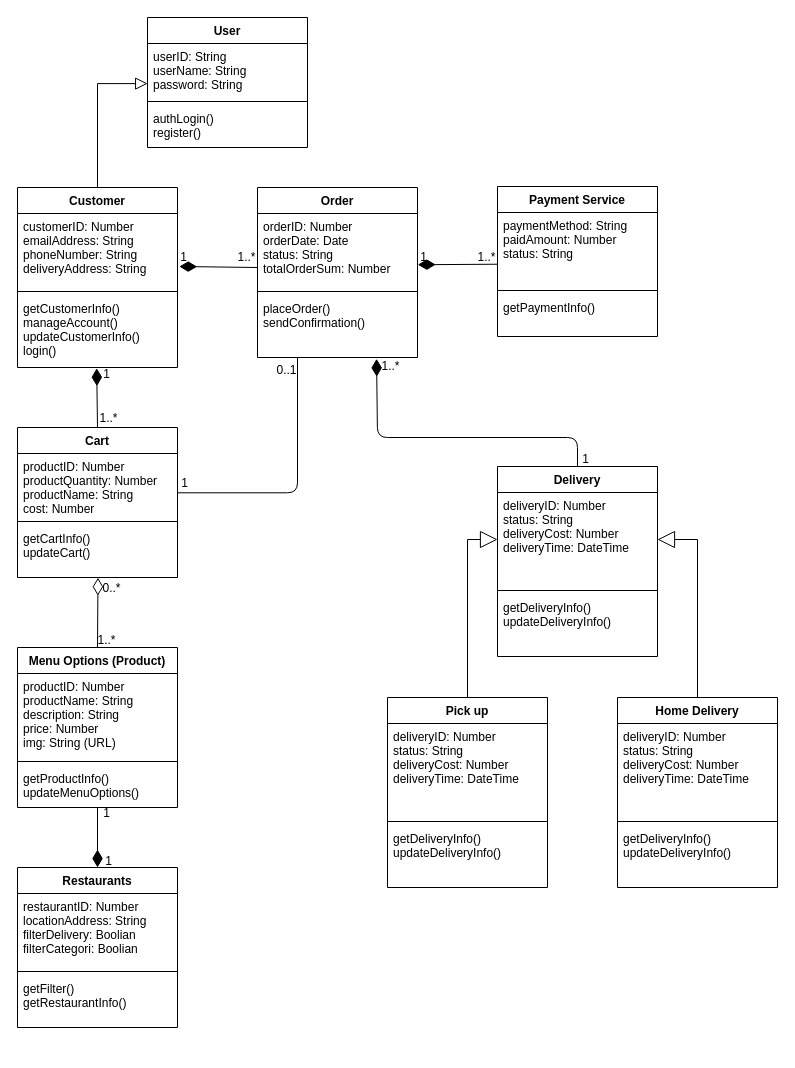
timhallberg/projectworkModellering keeps this draw.io diagram as page "Class diagram" (3 of 5) of Project work Modellering.drawio. Above is the earlier version. Source tidied: cells renumbered, new cells numbered last; positions are measured from the earlier drawing's top-left corner, leaving out a move shared by most shapes. Both pictures are drawn from the tidied source at 100%, with x=0, y=0 at pixel (17, 17).
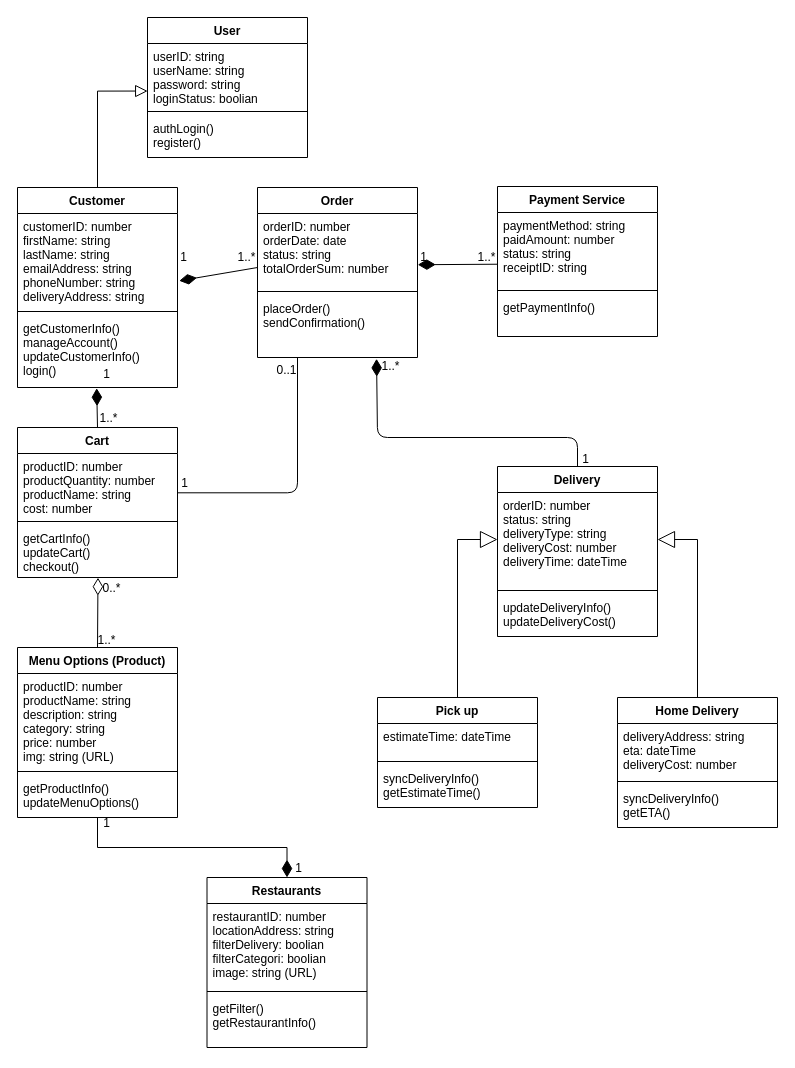
Above is the later version.

The change refers to these unchanged cells:
```xml
<mxCell id="7" value="Payment Service" style="swimlane;fontStyle=1;align=center;verticalAlign=top;horizontal=1;startSize=26;" parent="1" vertex="1">
  <mxGeometry x="480" y="169" width="160" height="150" as="geometry" />
</mxCell>
<mxCell id="16" value="Order" style="swimlane;fontStyle=1;align=center;verticalAlign=top;horizontal=1;startSize=26;" parent="1" vertex="1">
  <mxGeometry x="240" y="170" width="160" height="170" as="geometry" />
</mxCell>
<mxCell id="28" value="Cart" style="swimlane;fontStyle=1;align=center;verticalAlign=top;horizontal=1;startSize=26;" parent="1" vertex="1">
  <mxGeometry y="410" width="160" height="150" as="geometry" />
</mxCell>
```

The edit, as a diff of the source:
```diff
@@
     <mxCell id="3" value="Customer" style="swimlane;fontStyle=1;align=center;verticalAlign=top;horizontal=1;startSize=26;" parent="1" vertex="1">
-      <mxGeometry y="170" width="160" height="180" as="geometry" />
+      <mxGeometry y="170" width="160" height="200" as="geometry" />
     </mxCell>
-    <mxCell id="4" value="customerID: Number&#10;emailAddress: String&#10;phoneNumber: String&#10;deliveryAddress: String&#10;&#10;&#10;&#10;&#10;" style="text;strokeColor=none;fillColor=none;align=left;verticalAlign=top;spacingLeft=4;spacingRight=4;overflow=hidden;points=[[0,0.5],[1,0.5]];portConstraint=eastwest;" parent="3" vertex="1">
-      <mxGeometry y="26" width="160" height="74" as="geometry" />
+    <mxCell id="4" value="customerID: number&#10;firstName: string&#10;lastName: string&#10;emailAddress: string&#10;phoneNumber: string&#10;deliveryAddress: string&#10;&#10;&#10;&#10;&#10;" style="text;strokeColor=none;fillColor=none;align=left;verticalAlign=top;spacingLeft=4;spacingRight=4;overflow=hidden;points=[[0,0.5],[1,0.5]];portConstraint=eastwest;" parent="3" vertex="1">
+      <mxGeometry y="26" width="160" height="94" as="geometry" />
     </mxCell>
     <mxCell id="5" style="line;strokeWidth=1;fillColor=none;align=left;verticalAlign=middle;spacingTop=-1;spacingLeft=3;spacingRight=3;labelPosition=right;strokeColor=inherit;" parent="3" vertex="1">
-      <mxGeometry y="100" width="160" height="8" as="geometry" />
+      <mxGeometry y="120" width="160" height="8" as="geometry" />
     </mxCell>
     <mxCell id="6" value="getCustomerInfo()&#10;manageAccount()&#10;updateCustomerInfo()&#10;login()" style="text;strokeColor=none;fillColor=none;align=left;verticalAlign=top;spacingLeft=4;spacingRight=4;overflow=hidden;points=[[0,0.5],[1,0.5]];portConstraint=eastwest;" parent="3" vertex="1">
-      <mxGeometry y="108" width="160" height="72" as="geometry" />
+      <mxGeometry y="128" width="160" height="72" as="geometry" />
     </mxCell>
@@
-    <mxCell id="8" value="paymentMethod: String&#10;paidAmount: Number&#10;status: String&#10;" style="text;strokeColor=none;fillColor=none;align=left;verticalAlign=top;spacingLeft=4;spacingRight=4;overflow=hidden;points=[[0,0.5],[1,0.5]];portConstraint=eastwest;" parent="7" vertex="1">
+    <mxCell id="8" value="paymentMethod: string&#10;paidAmount: number&#10;status: string&#10;receiptID: string &#10;" style="text;strokeColor=none;fillColor=none;align=left;verticalAlign=top;spacingLeft=4;spacingRight=4;overflow=hidden;points=[[0,0.5],[1,0.5]];portConstraint=eastwest;" parent="7" vertex="1">
       <mxGeometry y="26" width="160" height="74" as="geometry" />
     </mxCell>
@@
     <mxCell id="11" value="Menu Options (Product)" style="swimlane;fontStyle=1;align=center;verticalAlign=top;horizontal=1;startSize=26;" parent="1" vertex="1">
-      <mxGeometry y="630" width="160" height="160" as="geometry" />
+      <mxGeometry y="630" width="160" height="170" as="geometry" />
     </mxCell>
-    <mxCell id="12" value="productID: Number&#10;productName: String&#10;description: String&#10;price: Number&#10;img: String (URL)&#10;" style="text;strokeColor=none;fillColor=none;align=left;verticalAlign=top;spacingLeft=4;spacingRight=4;overflow=hidden;" parent="11" vertex="1">
-      <mxGeometry y="26" width="160" height="84" as="geometry" />
+    <mxCell id="12" value="productID: number&#10;productName: string&#10;description: string&#10;category: string&#10;price: number&#10;img: string (URL)&#10;" style="text;strokeColor=none;fillColor=none;align=left;verticalAlign=top;spacingLeft=4;spacingRight=4;overflow=hidden;" parent="11" vertex="1">
+      <mxGeometry y="26" width="160" height="94" as="geometry" />
     </mxCell>
     <mxCell id="13" style="line;strokeWidth=1;fillColor=none;align=left;verticalAlign=middle;spacingTop=-1;spacingLeft=3;spacingRight=3;labelPosition=right;strokeColor=inherit;" parent="11" vertex="1">
-      <mxGeometry y="110" width="160" height="8" as="geometry" />
+      <mxGeometry y="120" width="160" height="8" as="geometry" />
     </mxCell>
     <mxCell id="14" value="getProductInfo()&#10;updateMenuOptions()" style="text;strokeColor=none;fillColor=none;align=left;verticalAlign=top;spacingLeft=4;spacingRight=4;overflow=hidden;points=[[0,0.5],[1,0.5]];portConstraint=eastwest;" parent="11" vertex="1">
-      <mxGeometry y="118" width="160" height="42" as="geometry" />
+      <mxGeometry y="128" width="160" height="42" as="geometry" />
     </mxCell>
@@
-    <mxCell id="17" value="orderID: Number&#10;orderDate: Date&#10;status: String&#10;totalOrderSum: Number " style="text;strokeColor=none;fillColor=none;align=left;verticalAlign=top;spacingLeft=4;spacingRight=4;overflow=hidden;points=[[0,0.5],[1,0.5]];portConstraint=eastwest;" parent="16" vertex="1">
+    <mxCell id="17" value="orderID: number&#10;orderDate: date&#10;status: string&#10;totalOrderSum: number " style="text;strokeColor=none;fillColor=none;align=left;verticalAlign=top;spacingLeft=4;spacingRight=4;overflow=hidden;points=[[0,0.5],[1,0.5]];portConstraint=eastwest;" parent="16" vertex="1">
       <mxGeometry y="26" width="160" height="74" as="geometry" />
     </mxCell>
@@
     <mxCell id="20" value="Restaurants" style="swimlane;fontStyle=1;align=center;verticalAlign=top;horizontal=1;startSize=26;" parent="1" vertex="1">
-      <mxGeometry y="850" width="160" height="160" as="geometry" />
+      <mxGeometry x="189.5" y="860" width="160" height="170" as="geometry" />
     </mxCell>
-    <mxCell id="21" value="restaurantID: Number&#10;locationAddress: String&#10;filterDelivery: Boolian&#10;filterCategori: Boolian&#10;&#10;&#10;" style="text;strokeColor=none;fillColor=none;align=left;verticalAlign=top;spacingLeft=4;spacingRight=4;overflow=hidden;" parent="20" vertex="1">
-      <mxGeometry y="26" width="160" height="74" as="geometry" />
+    <mxCell id="21" value="restaurantID: number&#10;locationAddress: string&#10;filterDelivery: boolian&#10;filterCategori: boolian&#10;image: string (URL)&#10;&#10;&#10;" style="text;strokeColor=none;fillColor=none;align=left;verticalAlign=top;spacingLeft=4;spacingRight=4;overflow=hidden;" parent="20" vertex="1">
+      <mxGeometry y="26" width="160" height="84" as="geometry" />
     </mxCell>
     <mxCell id="22" style="line;strokeWidth=1;fillColor=none;align=left;verticalAlign=middle;spacingTop=-1;spacingLeft=3;spacingRight=3;labelPosition=right;strokeColor=inherit;" parent="20" vertex="1">
-      <mxGeometry y="100" width="160" height="8" as="geometry" />
+      <mxGeometry y="110" width="160" height="8" as="geometry" />
     </mxCell>
     <mxCell id="23" value="getFilter()&#10;getRestaurantInfo()" style="text;strokeColor=none;fillColor=none;align=left;verticalAlign=top;spacingLeft=4;spacingRight=4;overflow=hidden;" parent="20" vertex="1">
-      <mxGeometry y="108" width="160" height="52" as="geometry" />
+      <mxGeometry y="118" width="160" height="52" as="geometry" />
     </mxCell>
     <mxCell id="24" value="Delivery" style="swimlane;fontStyle=1;align=center;verticalAlign=top;horizontal=1;startSize=26;" parent="1" vertex="1">
-      <mxGeometry x="480" y="449" width="160" height="190" as="geometry" />
+      <mxGeometry x="480" y="449" width="160" height="170" as="geometry" />
     </mxCell>
-    <mxCell id="25" value="deliveryID: Number&#10;status: String&#10;deliveryCost: Number&#10;deliveryTime: DateTime" style="text;strokeColor=none;fillColor=none;align=left;verticalAlign=top;spacingLeft=4;spacingRight=4;overflow=hidden;points=[[0,0.5],[1,0.5]];portConstraint=eastwest;" parent="24" vertex="1">
+    <mxCell id="25" value="orderID: number&#10;status: string&#10;deliveryType: string&#10;deliveryCost: number&#10;deliveryTime: dateTime" style="text;strokeColor=none;fillColor=none;align=left;verticalAlign=top;spacingLeft=4;spacingRight=4;overflow=hidden;points=[[0,0.5],[1,0.5]];portConstraint=eastwest;" parent="24" vertex="1">
       <mxGeometry y="26" width="160" height="94" as="geometry" />
     </mxCell>
@@
-    <mxCell id="27" value="getDeliveryInfo()&#10;updateDeliveryInfo()" style="text;strokeColor=none;fillColor=none;align=left;verticalAlign=top;spacingLeft=4;spacingRight=4;overflow=hidden;" parent="24" vertex="1">
-      <mxGeometry y="128" width="160" height="62" as="geometry" />
+    <mxCell id="27" value="updateDeliveryInfo()&#10;updateDeliveryCost()" style="text;strokeColor=none;fillColor=none;align=left;verticalAlign=top;spacingLeft=4;spacingRight=4;overflow=hidden;" parent="24" vertex="1">
+      <mxGeometry y="128" width="160" height="42" as="geometry" />
     </mxCell>
@@
-    <mxCell id="29" value="productID: Number&#10;productQuantity: Number&#10;productName: String&#10;cost: Number&#10;" style="text;strokeColor=none;fillColor=none;align=left;verticalAlign=top;spacingLeft=4;spacingRight=4;overflow=hidden;points=[[0,0.5],[1,0.5]];portConstraint=eastwest;" parent="28" vertex="1">
+    <mxCell id="29" value="productID: number&#10;productQuantity: number&#10;productName: string&#10;cost: number&#10;" style="text;strokeColor=none;fillColor=none;align=left;verticalAlign=top;spacingLeft=4;spacingRight=4;overflow=hidden;points=[[0,0.5],[1,0.5]];portConstraint=eastwest;" parent="28" vertex="1">
       <mxGeometry y="26" width="160" height="64" as="geometry" />
     </mxCell>
@@
-    <mxCell id="31" value="getCartInfo()&#10;updateCart()&#10;" style="text;strokeColor=none;fillColor=none;align=left;verticalAlign=top;spacingLeft=4;spacingRight=4;overflow=hidden;points=[[0,0.5],[1,0.5]];portConstraint=eastwest;" parent="28" vertex="1">
+    <mxCell id="31" value="getCartInfo()&#10;updateCart()&#10;checkout()" style="text;strokeColor=none;fillColor=none;align=left;verticalAlign=top;spacingLeft=4;spacingRight=4;overflow=hidden;points=[[0,0.5],[1,0.5]];portConstraint=eastwest;" parent="28" vertex="1">
       <mxGeometry y="98" width="160" height="52" as="geometry" />
     </mxCell>
@@
     <mxCell id="50" value="Pick up" style="swimlane;fontStyle=1;align=center;verticalAlign=top;horizontal=1;startSize=26;" parent="1" vertex="1">
-      <mxGeometry x="370" y="680" width="160" height="190" as="geometry" />
+      <mxGeometry x="360" y="680" width="160" height="110" as="geometry" />
     </mxCell>
-    <mxCell id="51" value="deliveryID: Number&#10;status: String&#10;deliveryCost: Number&#10;deliveryTime: DateTime" style="text;strokeColor=none;fillColor=none;align=left;verticalAlign=top;spacingLeft=4;spacingRight=4;overflow=hidden;" parent="50" vertex="1">
-      <mxGeometry y="26" width="160" height="94" as="geometry" />
+    <mxCell id="51" value="estimateTime: dateTime&#10;" style="text;strokeColor=none;fillColor=none;align=left;verticalAlign=top;spacingLeft=4;spacingRight=4;overflow=hidden;" parent="50" vertex="1">
+      <mxGeometry y="26" width="160" height="34" as="geometry" />
     </mxCell>
     <mxCell id="52" style="line;strokeWidth=1;fillColor=none;align=left;verticalAlign=middle;spacingTop=-1;spacingLeft=3;spacingRight=3;labelPosition=right;strokeColor=inherit;" parent="50" vertex="1">
-      <mxGeometry y="120" width="160" height="8" as="geometry" />
+      <mxGeometry y="60" width="160" height="8" as="geometry" />
     </mxCell>
-    <mxCell id="53" value="getDeliveryInfo()&#10;updateDeliveryInfo()" style="text;strokeColor=none;fillColor=none;align=left;verticalAlign=top;spacingLeft=4;spacingRight=4;overflow=hidden;" parent="50" vertex="1">
-      <mxGeometry y="128" width="160" height="62" as="geometry" />
+    <mxCell id="53" value="syncDeliveryInfo()&#10;getEstimateTime()" style="text;strokeColor=none;fillColor=none;align=left;verticalAlign=top;spacingLeft=4;spacingRight=4;overflow=hidden;" parent="50" vertex="1">
+      <mxGeometry y="68" width="160" height="42" as="geometry" />
     </mxCell>
@@
     <mxCell id="55" value="Home Delivery" style="swimlane;fontStyle=1;align=center;verticalAlign=top;horizontal=1;startSize=26;" parent="1" vertex="1">
-      <mxGeometry x="600" y="680" width="160" height="190" as="geometry" />
+      <mxGeometry x="600" y="680" width="160" height="130" as="geometry" />
     </mxCell>
-    <mxCell id="56" value="deliveryID: Number&#10;status: String&#10;deliveryCost: Number&#10;deliveryTime: DateTime" style="text;strokeColor=none;fillColor=none;align=left;verticalAlign=top;spacingLeft=4;spacingRight=4;overflow=hidden;" parent="55" vertex="1">
-      <mxGeometry y="26" width="160" height="94" as="geometry" />
+    <mxCell id="56" value="deliveryAddress: string&#10;eta: dateTime&#10;deliveryCost: number&#10;" style="text;strokeColor=none;fillColor=none;align=left;verticalAlign=top;spacingLeft=4;spacingRight=4;overflow=hidden;" parent="55" vertex="1">
+      <mxGeometry y="26" width="160" height="54" as="geometry" />
     </mxCell>
     <mxCell id="57" style="line;strokeWidth=1;fillColor=none;align=left;verticalAlign=middle;spacingTop=-1;spacingLeft=3;spacingRight=3;labelPosition=right;strokeColor=inherit;" parent="55" vertex="1">
-      <mxGeometry y="120" width="160" height="8" as="geometry" />
+      <mxGeometry y="80" width="160" height="8" as="geometry" />
     </mxCell>
-    <mxCell id="58" value="getDeliveryInfo()&#10;updateDeliveryInfo()" style="text;strokeColor=none;fillColor=none;align=left;verticalAlign=top;spacingLeft=4;spacingRight=4;overflow=hidden;" parent="55" vertex="1">
-      <mxGeometry y="128" width="160" height="62" as="geometry" />
+    <mxCell id="58" value="syncDeliveryInfo()&#10;getETA()" style="text;strokeColor=none;fillColor=none;align=left;verticalAlign=top;spacingLeft=4;spacingRight=4;overflow=hidden;" parent="55" vertex="1">
+      <mxGeometry y="88" width="160" height="42" as="geometry" />
     </mxCell>
     <mxCell id="59" value="User" style="swimlane;fontStyle=1;align=center;verticalAlign=top;horizontal=1;startSize=26;" parent="1" vertex="1">
-      <mxGeometry x="130" width="160" height="130" as="geometry" />
+      <mxGeometry x="130" width="160" height="140" as="geometry" />
     </mxCell>
-    <mxCell id="60" value="userID: String&#10;userName: String&#10;password: String&#10;&#10;&#10;&#10;" style="text;strokeColor=none;fillColor=none;align=left;verticalAlign=top;spacingLeft=4;spacingRight=4;overflow=hidden;points=[[0,0.5],[1,0.5]];portConstraint=eastwest;" parent="59" vertex="1">
-      <mxGeometry y="26" width="160" height="54" as="geometry" />
+    <mxCell id="60" value="userID: string&#10;userName: string&#10;password: string&#10;loginStatus: boolian&#10;&#10;&#10;&#10;" style="text;strokeColor=none;fillColor=none;align=left;verticalAlign=top;spacingLeft=4;spacingRight=4;overflow=hidden;points=[[0,0.5],[1,0.5]];portConstraint=eastwest;" parent="59" vertex="1">
+      <mxGeometry y="26" width="160" height="64" as="geometry" />
     </mxCell>
     <mxCell id="61" style="line;strokeWidth=1;fillColor=none;align=left;verticalAlign=middle;spacingTop=-1;spacingLeft=3;spacingRight=3;labelPosition=right;strokeColor=inherit;" parent="59" vertex="1">
-      <mxGeometry y="80" width="160" height="8" as="geometry" />
+      <mxGeometry y="90" width="160" height="8" as="geometry" />
     </mxCell>
     <mxCell id="62" value="authLogin()&#10;register()" style="text;strokeColor=none;fillColor=none;align=left;verticalAlign=top;spacingLeft=4;spacingRight=4;overflow=hidden;" parent="59" vertex="1">
-      <mxGeometry y="88" width="160" height="42" as="geometry" />
+      <mxGeometry y="98" width="160" height="42" as="geometry" />
     </mxCell>
-    <mxCell id="63" style="endArrow=none;startArrow=diamondThin;endFill=0;startFill=1;html=1;verticalAlign=bottom;labelBackgroundColor=none;strokeWidth=1;startSize=15;endSize=15;rounded=0;shadow=0;sketch=0;entryX=0.5;entryY=1;entryDx=0;entryDy=0;entryPerimeter=0;exitX=0.5;exitY=0;exitDx=0;exitDy=0;" parent="1" edge="1" source="20" target="14">
+    <mxCell id="63" style="endArrow=none;startArrow=diamondThin;endFill=0;startFill=1;html=1;verticalAlign=bottom;labelBackgroundColor=none;strokeWidth=1;startSize=15;endSize=15;rounded=0;shadow=0;sketch=0;entryX=0.5;entryY=1;entryDx=0;entryDy=0;entryPerimeter=0;exitX=0.5;exitY=0;exitDx=0;exitDy=0;edgeStyle=orthogonalEdgeStyle;" parent="1" edge="1" source="20" target="14">
       <mxGeometry relative="1" as="geometry" />
     </mxCell>
     <mxCell id="64" value="1" style="text;html=1;strokeColor=none;fillColor=none;align=center;verticalAlign=middle;whiteSpace=wrap;rounded=0;" parent="1" vertex="1">
-      <mxGeometry x="85" y="838" width="13" height="12" as="geometry" />
+      <mxGeometry x="275" y="845" width="13" height="12" as="geometry" />
     </mxCell>
     <mxCell id="65" value="1" style="text;html=1;strokeColor=none;fillColor=none;align=center;verticalAlign=middle;whiteSpace=wrap;rounded=0;" parent="1" vertex="1">
-      <mxGeometry x="83" y="790" width="13" height="12" as="geometry" />
+      <mxGeometry x="83" y="800" width="13" height="12" as="geometry" />
     </mxCell>
```
